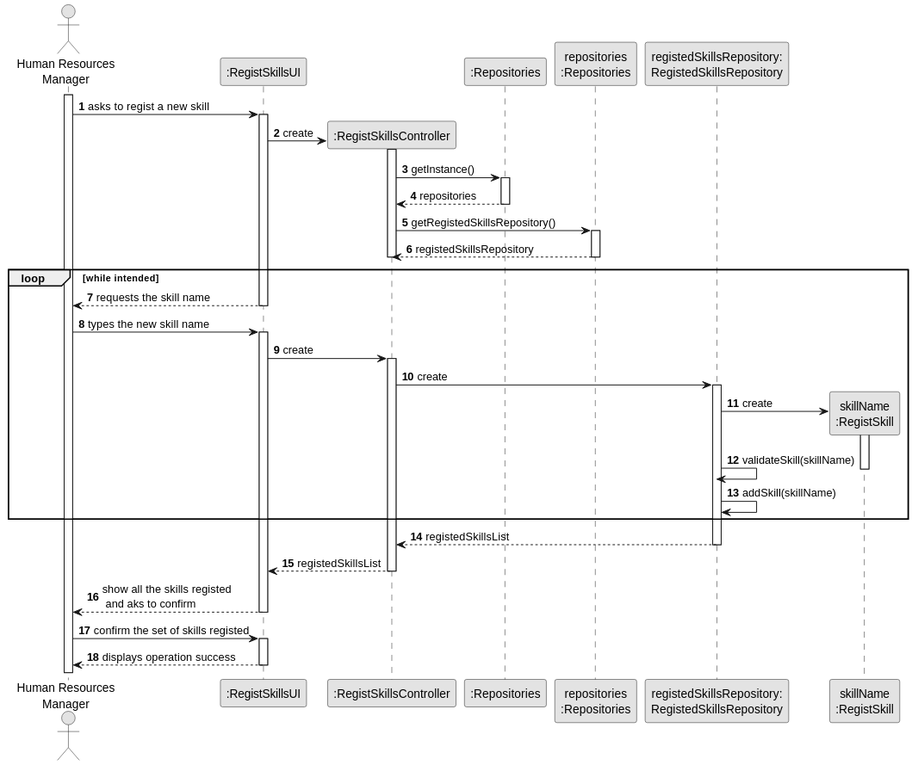
1231360-ISEP/lei-24-s2-1db-g021 keeps this PlantUML diagram as docs/sprint2/us001/03.design/svg/us001-sequence-diagram-full.svg. Above is the earlier version.
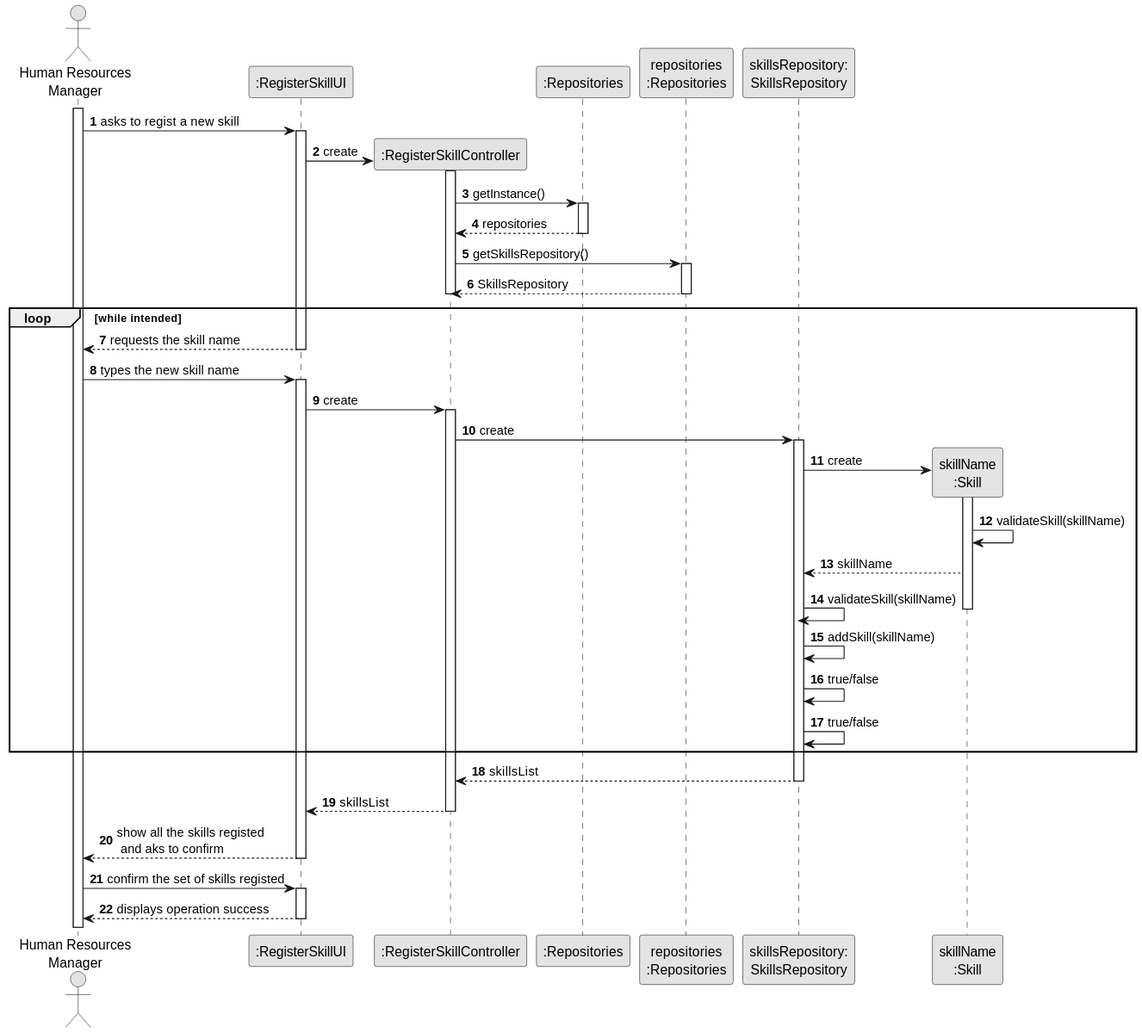
After the commit.

The edit, as a diff of the source:
```diff
@@ -4,12 +4,12 @@
 skinparam shadowing false
 
 actor "Human Resources\nManager" as HRM
-participant ":RegistSkillsUI" as UI
-participant ":RegistSkillsController" as CTRL
+participant ":RegisterSkillUI" as UI
+participant ":RegisterSkillController" as CTRL
 participant ":Repositories" as RepositorySingleton
 participant "repositories\n:Repositories" as PLAT
-participant "registedSkillsRepository:\nRegistedSkillsRepository" as RegistedSkillsRepository
-participant "skillName\n:RegistSkill" as TAREFA
+participant "skillsRepository:\nSkillsRepository" as SkillsRepository
+participant "skillName\n:Skill" as TAREFA
 
 autonumber 1
 
@@ -28,10 +28,10 @@
             RepositorySingleton --> CTRL: repositories
         deactivate RepositorySingleton
 
-        CTRL -> PLAT : getRegistedSkillsRepository()
+        CTRL -> PLAT : getSkillsRepository()
         activate PLAT
 
-            PLAT --> CTRL: registedSkillsRepository
+            PLAT --> CTRL: SkillsRepository
         deactivate PLAT
 
         deactivate CTRL
@@ -46,22 +46,28 @@
             UI -> CTRL: create
         activate CTRL
 
-            CTRL -> RegistedSkillsRepository : create
-        activate RegistedSkillsRepository
+            CTRL -> SkillsRepository : create
+        activate SkillsRepository
 
-            RegistedSkillsRepository -> TAREFA**: create
+            SkillsRepository -> TAREFA**: create
         activate TAREFA
 
-        RegistedSkillsRepository -> RegistedSkillsRepository: validateSkill(skillName)
+        TAREFA -> TAREFA: validateSkill(skillName)
+
+        TAREFA --> SkillsRepository : skillName
+        SkillsRepository -> SkillsRepository: validateSkill(skillName)
         deactivate TAREFA
-        RegistedSkillsRepository -> RegistedSkillsRepository: addSkill(skillName)
+        SkillsRepository -> SkillsRepository: addSkill(skillName)
+        SkillsRepository -> SkillsRepository: true/false
+        SkillsRepository -> SkillsRepository: true/false
+
 
     end
 
-    RegistedSkillsRepository --> CTRL : registedSkillsList
-    deactivate RegistedSkillsRepository
+    SkillsRepository --> CTRL : skillsList
+    deactivate SkillsRepository
 
-    CTRL --> UI : registedSkillsList
+    CTRL --> UI : skillsList
     deactivate CTRL
 
     UI --> HRM : show all the skills registed\n and aks to confirm
```
